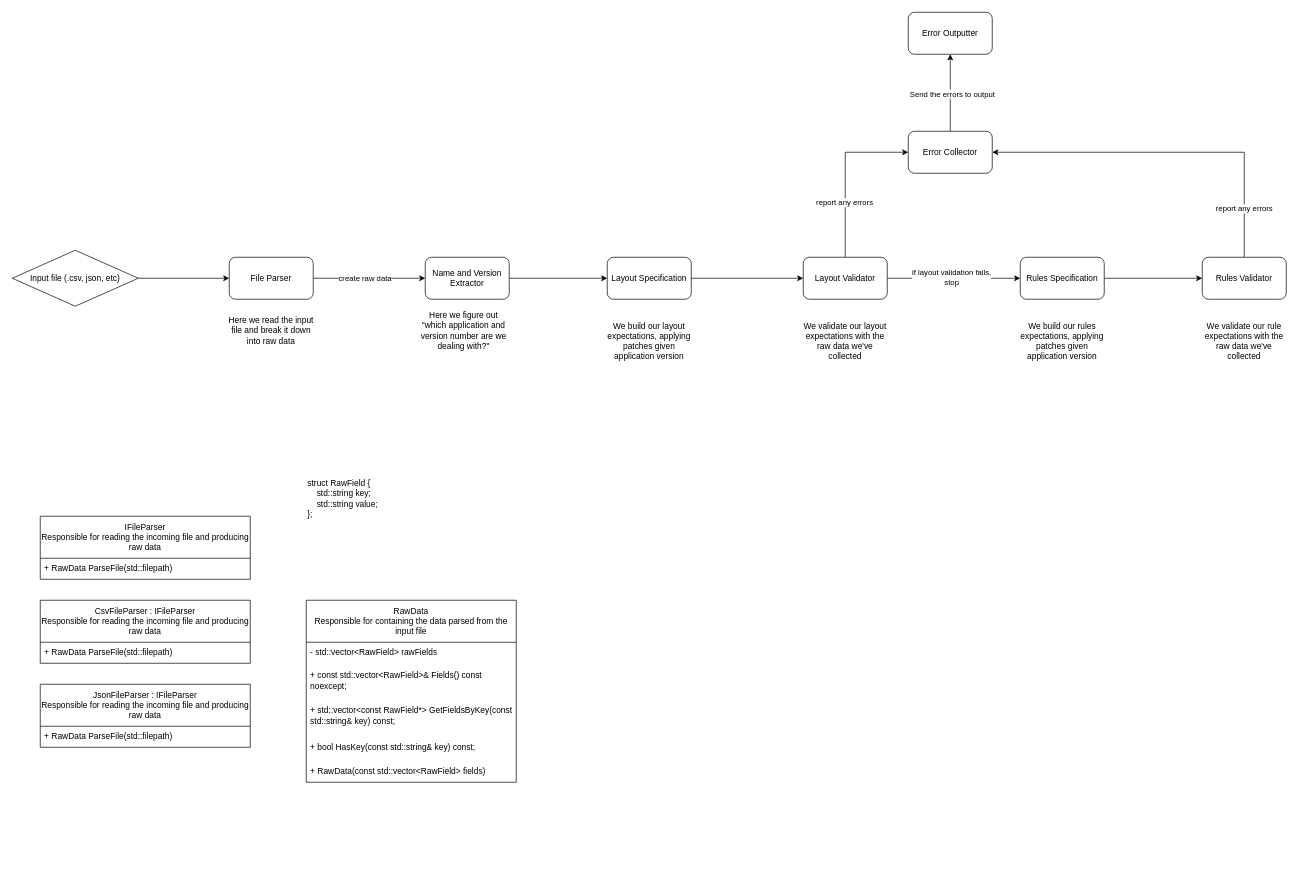
Earlier version of the draw.io diagram page "Application diagram" (1 of 2) of application-diagram.drawio (Jacques-Philippe/datalint). Source tidied: cells renumbered, new cells numbered last; positions are measured from the earlier drawing's top-left corner, leaving out a move shared by most shapes. Both pictures are drawn from the tidied source at 70%, with x=0, y=0 at pixel (12, 12).
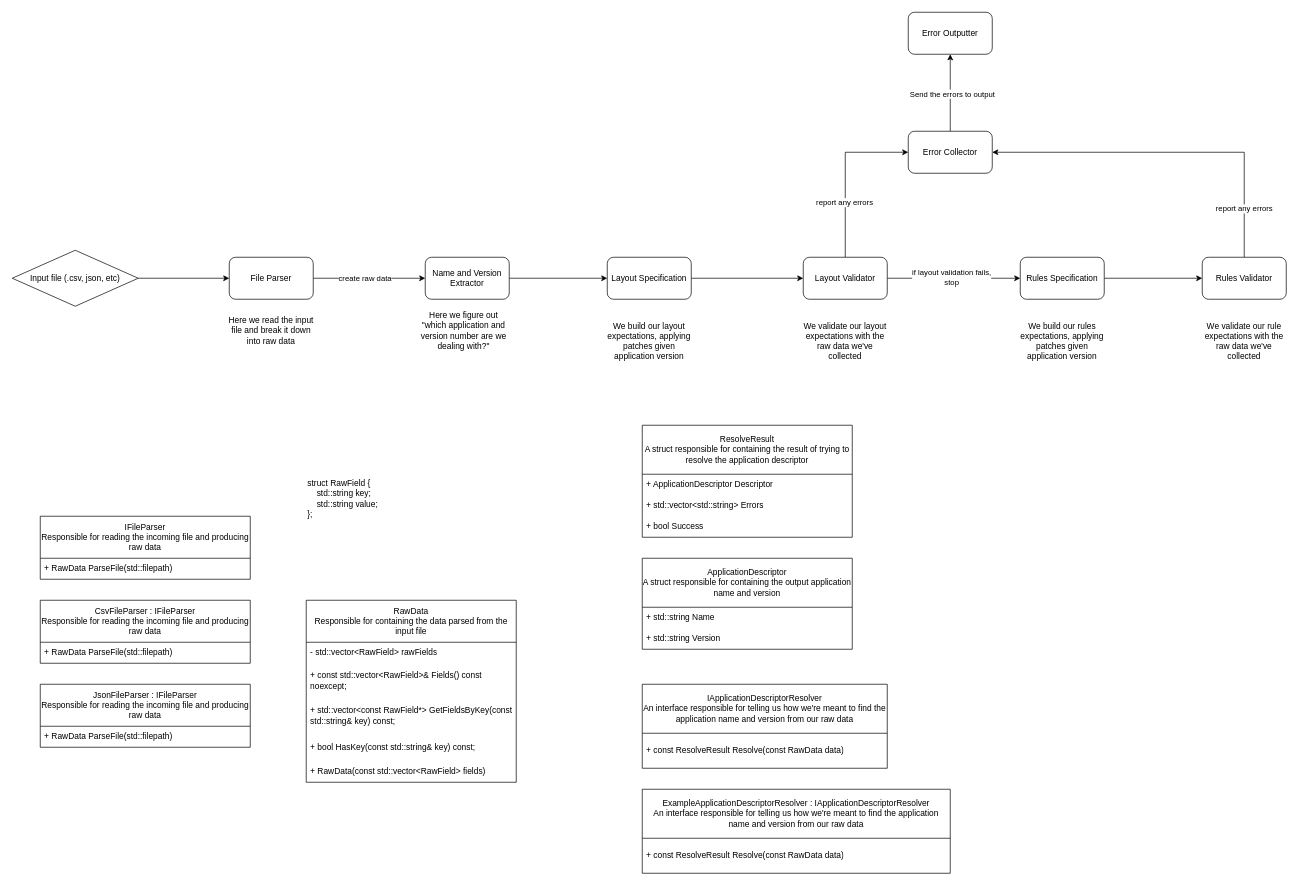
Above is the later version.

The edit, as a diff of the source:
```diff
@@
+    <mxCell id="44" value="IApplicationDescriptorResolver&lt;div&gt;An interface responsible for telling us how we're meant to find the application name and version from our raw data&lt;/div&gt;" style="swimlane;fontStyle=0;horizontal=1;startSize=70;whiteSpace=wrap;html=1;" parent="1" vertex="1">
+      <mxGeometry x="900" y="960" width="350" height="120" as="geometry" />
+    </mxCell>
+    <mxCell id="45" value="+ const ResolveResult Resolve(const RawData data)" style="text;strokeColor=none;fillColor=none;align=left;verticalAlign=middle;spacingLeft=4;spacingRight=4;overflow=hidden;whiteSpace=wrap;html=1;" parent="44" vertex="1">
+      <mxGeometry y="70" width="350" height="50" as="geometry" />
+    </mxCell>
+    <mxCell id="46" value="ApplicationDescriptor&lt;div&gt;A struct responsible for containing the output application name and version&lt;/div&gt;" style="swimlane;fontStyle=0;horizontal=1;startSize=70;whiteSpace=wrap;html=1;" parent="1" vertex="1">
+      <mxGeometry x="900" y="780" width="300" height="130" as="geometry" />
+    </mxCell>
+    <mxCell id="47" value="+ std::string Name" style="text;strokeColor=none;fillColor=none;align=left;verticalAlign=middle;spacingLeft=4;spacingRight=4;overflow=hidden;whiteSpace=wrap;html=1;" parent="46" vertex="1">
+      <mxGeometry y="70" width="300" height="30" as="geometry" />
+    </mxCell>
+    <mxCell id="48" value="+ std::string Version" style="text;strokeColor=none;fillColor=none;align=left;verticalAlign=middle;spacingLeft=4;spacingRight=4;overflow=hidden;whiteSpace=wrap;html=1;" parent="46" vertex="1">
+      <mxGeometry y="100" width="300" height="30" as="geometry" />
+    </mxCell>
+    <mxCell id="49" value="ExampleApplicationDescriptorResolver : IApplicationDescriptorResolver&lt;div&gt;An interface responsible for telling us how we're meant to find the application name and version from our raw data&lt;/div&gt;" style="swimlane;fontStyle=0;horizontal=1;startSize=70;whiteSpace=wrap;html=1;" parent="1" vertex="1">
+      <mxGeometry x="900" y="1110" width="440" height="120" as="geometry" />
+    </mxCell>
+    <mxCell id="50" value="+ const ResolveResult Resolve(const RawData data)" style="text;strokeColor=none;fillColor=none;align=left;verticalAlign=middle;spacingLeft=4;spacingRight=4;overflow=hidden;whiteSpace=wrap;html=1;" parent="49" vertex="1">
+      <mxGeometry y="70" width="440" height="50" as="geometry" />
+    </mxCell>
+    <mxCell id="51" value="ResolveResult&lt;div&gt;A struct responsible for containing the result of trying to resolve the application descriptor&lt;/div&gt;" style="swimlane;fontStyle=0;horizontal=1;startSize=70;whiteSpace=wrap;html=1;" parent="1" vertex="1">
+      <mxGeometry x="900" y="590" width="300" height="160" as="geometry" />
+    </mxCell>
+    <mxCell id="52" value="+ ApplicationDescriptor Descriptor" style="text;strokeColor=none;fillColor=none;align=left;verticalAlign=middle;spacingLeft=4;spacingRight=4;overflow=hidden;whiteSpace=wrap;html=1;" parent="51" vertex="1">
+      <mxGeometry y="70" width="300" height="30" as="geometry" />
+    </mxCell>
+    <mxCell id="53" value="+ std::vector&amp;lt;std::string&amp;gt; Errors" style="text;strokeColor=none;fillColor=none;align=left;verticalAlign=middle;spacingLeft=4;spacingRight=4;overflow=hidden;whiteSpace=wrap;html=1;" parent="51" vertex="1">
+      <mxGeometry y="100" width="300" height="30" as="geometry" />
+    </mxCell>
+    <mxCell id="54" value="+ bool Success" style="text;strokeColor=none;fillColor=none;align=left;verticalAlign=middle;spacingLeft=4;spacingRight=4;overflow=hidden;whiteSpace=wrap;html=1;" parent="51" vertex="1">
+      <mxGeometry y="130" width="300" height="30" as="geometry" />
+    </mxCell>
```
